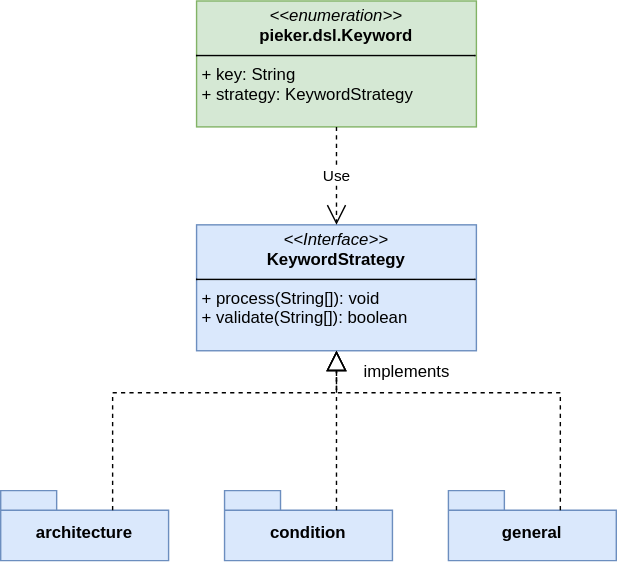
This is dsl/doc/images/classdiagram-strategy.svg from PIEKER/Pieker, a draw.io export, as it was before one commit. Source tidied: cells renumbered, new cells last; positions are measured from the earlier drawing's top-left corner, leaving out a move shared by most shapes.
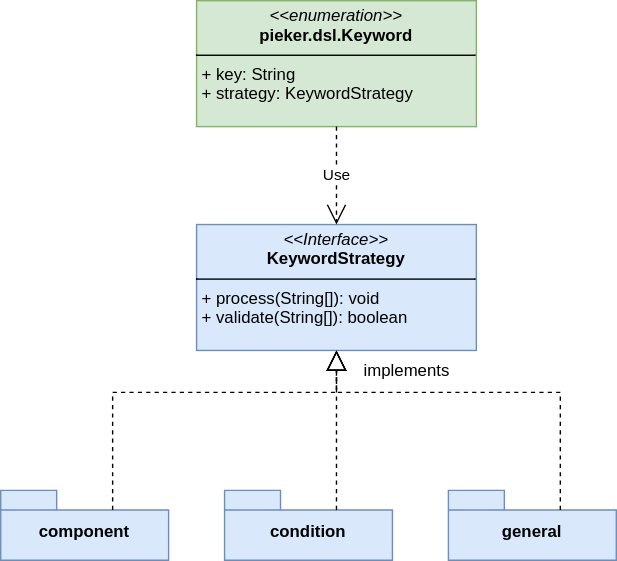
After the change.

Change to the diagram source:
```diff
@@ -5,7 +5,7 @@
     <mxCell id="2" value="&lt;p style=&quot;margin:0px;margin-top:4px;text-align:center;&quot;&gt;&lt;i&gt;&amp;lt;&amp;lt;Interface&amp;gt;&amp;gt;&lt;/i&gt;&lt;br&gt;&lt;b&gt;KeywordStrategy&lt;/b&gt;&lt;/p&gt;&lt;hr size=&quot;1&quot; style=&quot;border-style:solid;&quot;&gt;&lt;p style=&quot;margin:0px;margin-left:4px;&quot;&gt;+ process(String[]): void&lt;br&gt;+ validate(&lt;span style=&quot;background-color: initial;&quot;&gt;String[]&lt;/span&gt;&lt;span style=&quot;background-color: initial;&quot;&gt;): boolean&lt;/span&gt;&lt;/p&gt;" style="verticalAlign=top;align=left;overflow=fill;html=1;whiteSpace=wrap;fillColor=#dae8fc;strokeColor=#6c8ebf;" parent="1" vertex="1">
       <mxGeometry x="140" y="160" width="200" height="90" as="geometry" />
     </mxCell>
-    <mxCell id="3" value="architecture" style="shape=folder;fontStyle=1;spacingTop=10;tabWidth=40;tabHeight=14;tabPosition=left;html=1;whiteSpace=wrap;fillColor=#dae8fc;strokeColor=#6c8ebf;" parent="1" vertex="1">
+    <mxCell id="3" value="component" style="shape=folder;fontStyle=1;spacingTop=10;tabWidth=40;tabHeight=14;tabPosition=left;html=1;whiteSpace=wrap;fillColor=#dae8fc;strokeColor=#6c8ebf;" parent="1" vertex="1">
       <mxGeometry y="350" width="120" height="50" as="geometry" />
     </mxCell>
     <mxCell id="4" value="condition" style="shape=folder;fontStyle=1;spacingTop=10;tabWidth=40;tabHeight=14;tabPosition=left;html=1;whiteSpace=wrap;fillColor=#dae8fc;strokeColor=#6c8ebf;" parent="1" vertex="1">
```
